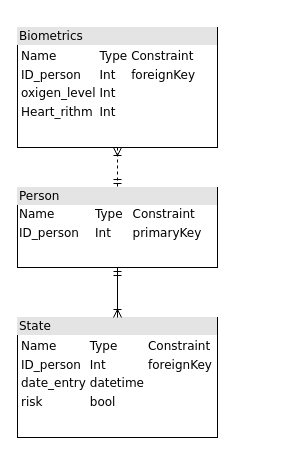
This is Proyecto/BaseDeDatos.drawio from DemiurgeApeiron/A01028325-InternetOfThings, a draw.io file, before an edit. Source tidied: cells renumbered, new cells numbered last; positions are measured from the earlier drawing's top-left corner, leaving out a move shared by most shapes. Both pictures are drawn from the tidied source at 100%, with x=0, y=0 at pixel (17, 27).
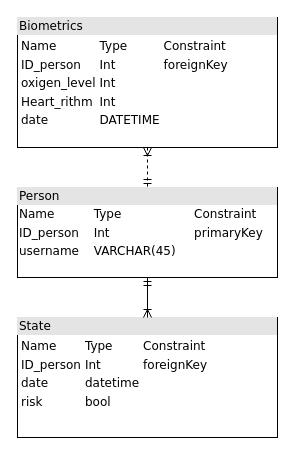
After the change.

The edit, as a diff of the source:
```diff
@@
 <mxGraphModel background="#ffffff">
   <root>
     <mxCell id="0" />
     <mxCell id="1" parent="0" />
     <mxCell id="2" style="edgeStyle=orthogonalEdgeStyle;html=1;entryX=0.5;entryY=0;dashed=1;labelBackgroundColor=none;startArrow=ERoneToMany;endArrow=ERmandOne;fontFamily=Verdana;fontSize=12;align=left;endFill=0;startFill=0;" parent="1" edge="1" source="3" target="6">
       <mxGeometry relative="1" as="geometry" />
     </mxCell>
-    <mxCell id="3" value="&lt;div style=&quot;box-sizing: border-box ; width: 100% ; background: #e4e4e4 ; padding: 2px&quot;&gt;Biometrics&lt;/div&gt;&lt;table style=&quot;width: 100% ; font-size: 1em&quot; cellspacing=&quot;0&quot; cellpadding=&quot;2&quot;&gt;&lt;tbody&gt;&lt;tr&gt;&lt;td&gt;&lt;table cellspacing=&quot;0&quot; cellpadding=&quot;2&quot;&gt;&lt;tbody&gt;&lt;tr&gt;&lt;td&gt;Name&lt;br&gt;&lt;/td&gt;&lt;td&gt;Type&lt;br&gt;&lt;/td&gt;&lt;td&gt;Constraint&lt;br&gt;&lt;/td&gt;&lt;/tr&gt;&lt;tr&gt;&lt;td&gt;ID_person&lt;br&gt;&lt;/td&gt;&lt;td&gt;Int&lt;/td&gt;&lt;td&gt;foreignKey&lt;/td&gt;&lt;/tr&gt;&lt;tr&gt;&lt;td&gt;oxigen_level&lt;br&gt;&lt;/td&gt;&lt;td&gt;Int&lt;br&gt;&lt;/td&gt;&lt;td&gt;&lt;br&gt;&lt;/td&gt;&lt;/tr&gt;&lt;tr&gt;&lt;td&gt;Heart_rithm&lt;/td&gt;&lt;td&gt;Int&lt;br&gt;&lt;/td&gt;&lt;td&gt;&lt;br&gt;&lt;/td&gt;&lt;/tr&gt;&lt;/tbody&gt;&lt;/table&gt;&lt;/td&gt;&lt;td&gt;&lt;br&gt;&lt;/td&gt;&lt;/tr&gt;&lt;tr&gt;&lt;td&gt;&lt;br&gt;&lt;/td&gt;&lt;td&gt;&lt;br&gt;&lt;/td&gt;&lt;/tr&gt;&lt;tr&gt;&lt;td&gt;&lt;br&gt;&lt;/td&gt;&lt;td&gt;&lt;br&gt;&lt;/td&gt;&lt;/tr&gt;&lt;tr&gt;&lt;td&gt;&lt;br&gt;&lt;/td&gt;&lt;td&gt;&lt;br&gt;&lt;/td&gt;&lt;/tr&gt;&lt;tr&gt;&lt;td&gt;&lt;br&gt;&lt;/td&gt;&lt;td&gt;&lt;br&gt;&lt;/td&gt;&lt;/tr&gt;&lt;tr&gt;&lt;td&gt;&lt;br&gt;&lt;/td&gt;&lt;td&gt;&lt;br&gt;&lt;/td&gt;&lt;/tr&gt;&lt;/tbody&gt;&lt;/table&gt;" style="verticalAlign=top;align=left;overflow=fill;html=1;rounded=0;shadow=0;comic=0;labelBackgroundColor=none;strokeWidth=1;fontFamily=Verdana;fontSize=12;" parent="1" vertex="1">
-      <mxGeometry width="200" height="120" as="geometry" />
+    <mxCell id="3" value="&lt;div style=&quot;box-sizing: border-box ; width: 100% ; background: #e4e4e4 ; padding: 2px&quot;&gt;Biometrics&lt;/div&gt;&lt;table style=&quot;width: 100% ; font-size: 1em&quot; cellspacing=&quot;0&quot; cellpadding=&quot;2&quot;&gt;&lt;tbody&gt;&lt;tr&gt;&lt;td&gt;&lt;table cellspacing=&quot;0&quot; cellpadding=&quot;2&quot;&gt;&lt;tbody&gt;&lt;tr&gt;&lt;td&gt;Name&lt;br&gt;&lt;/td&gt;&lt;td&gt;Type&lt;br&gt;&lt;/td&gt;&lt;td&gt;Constraint&lt;br&gt;&lt;/td&gt;&lt;/tr&gt;&lt;tr&gt;&lt;td&gt;ID_person&lt;br&gt;&lt;/td&gt;&lt;td&gt;Int&lt;/td&gt;&lt;td&gt;foreignKey&lt;/td&gt;&lt;/tr&gt;&lt;tr&gt;&lt;td&gt;oxigen_level&lt;br&gt;&lt;/td&gt;&lt;td&gt;Int&lt;br&gt;&lt;/td&gt;&lt;td&gt;&lt;br&gt;&lt;/td&gt;&lt;/tr&gt;&lt;tr&gt;&lt;td&gt;Heart_rithm&lt;/td&gt;&lt;td&gt;Int&lt;br&gt;&lt;/td&gt;&lt;td&gt;&lt;br&gt;&lt;/td&gt;&lt;/tr&gt;&lt;tr&gt;&lt;td&gt;date&lt;br&gt;&lt;/td&gt;&lt;td&gt;DATETIME&lt;br&gt;&lt;/td&gt;&lt;td&gt;&lt;br&gt;&lt;/td&gt;&lt;/tr&gt;&lt;/tbody&gt;&lt;/table&gt;&lt;/td&gt;&lt;td&gt;&lt;br&gt;&lt;/td&gt;&lt;td&gt;&lt;br&gt;&lt;/td&gt;&lt;td&gt;&lt;br&gt;&lt;/td&gt;&lt;/tr&gt;&lt;tr&gt;&lt;td&gt;&lt;br&gt;&lt;/td&gt;&lt;td&gt;&lt;br&gt;&lt;/td&gt;&lt;td&gt;&lt;br&gt;&lt;/td&gt;&lt;td&gt;&lt;br&gt;&lt;/td&gt;&lt;/tr&gt;&lt;tr&gt;&lt;td&gt;&lt;br&gt;&lt;/td&gt;&lt;td&gt;&lt;br&gt;&lt;/td&gt;&lt;td&gt;&lt;br&gt;&lt;/td&gt;&lt;td&gt;&lt;br&gt;&lt;/td&gt;&lt;/tr&gt;&lt;tr&gt;&lt;td&gt;&lt;br&gt;&lt;/td&gt;&lt;td&gt;&lt;br&gt;&lt;/td&gt;&lt;td&gt;&lt;br&gt;&lt;/td&gt;&lt;td&gt;&lt;br&gt;&lt;/td&gt;&lt;/tr&gt;&lt;tr&gt;&lt;td&gt;&lt;br&gt;&lt;/td&gt;&lt;td&gt;&lt;br&gt;&lt;/td&gt;&lt;td&gt;&lt;br&gt;&lt;/td&gt;&lt;td&gt;&lt;br&gt;&lt;/td&gt;&lt;/tr&gt;&lt;tr&gt;&lt;td&gt;&lt;br&gt;&lt;/td&gt;&lt;td&gt;&lt;br&gt;&lt;/td&gt;&lt;td&gt;&lt;br&gt;&lt;/td&gt;&lt;td&gt;&lt;br&gt;&lt;/td&gt;&lt;/tr&gt;&lt;/tbody&gt;&lt;/table&gt;" style="verticalAlign=top;align=left;overflow=fill;html=1;rounded=0;shadow=0;comic=0;labelBackgroundColor=none;strokeWidth=1;fontFamily=Verdana;fontSize=12;" parent="1" vertex="1">
+      <mxGeometry y="-10" width="260" height="130" as="geometry" />
     </mxCell>
-    <mxCell id="4" value="&lt;div style=&quot;box-sizing: border-box ; width: 100% ; background: #e4e4e4 ; padding: 2px&quot;&gt;State&lt;br&gt;&lt;/div&gt;&lt;table style=&quot;width: 100% ; font-size: 1em&quot; cellspacing=&quot;0&quot; cellpadding=&quot;2&quot;&gt;&lt;tbody&gt;&lt;tr&gt;&lt;td&gt;&lt;table cellspacing=&quot;0&quot; cellpadding=&quot;2&quot;&gt;&lt;tbody&gt;&lt;tr&gt;&lt;td&gt;Name&lt;br&gt;&lt;/td&gt;&lt;td&gt;Type&lt;br&gt;&lt;/td&gt;&lt;td&gt;Constraint&lt;br&gt;&lt;/td&gt;&lt;/tr&gt;&lt;tr&gt;&lt;td&gt;ID_person&lt;br&gt;&lt;/td&gt;&lt;td&gt;Int&lt;/td&gt;&lt;td&gt;foreignKey&lt;/td&gt;&lt;/tr&gt;&lt;tr&gt;&lt;td&gt;date_entry&lt;br&gt;&lt;/td&gt;&lt;td&gt;datetime&lt;br&gt;&lt;/td&gt;&lt;td&gt;&lt;br&gt;&lt;/td&gt;&lt;/tr&gt;&lt;tr&gt;&lt;td&gt;risk&lt;br&gt;&lt;/td&gt;&lt;td&gt;bool&lt;/td&gt;&lt;td&gt;&lt;br&gt;&lt;/td&gt;&lt;/tr&gt;&lt;/tbody&gt;&lt;/table&gt;&lt;/td&gt;&lt;td&gt;&lt;br&gt;&lt;/td&gt;&lt;/tr&gt;&lt;tr&gt;&lt;td&gt;&lt;br&gt;&lt;/td&gt;&lt;td&gt;&lt;br&gt;&lt;/td&gt;&lt;/tr&gt;&lt;tr&gt;&lt;td&gt;&lt;br&gt;&lt;/td&gt;&lt;td&gt;&lt;br&gt;&lt;/td&gt;&lt;/tr&gt;&lt;tr&gt;&lt;td&gt;&lt;br&gt;&lt;/td&gt;&lt;td&gt;&lt;br&gt;&lt;/td&gt;&lt;/tr&gt;&lt;/tbody&gt;&lt;/table&gt;" style="verticalAlign=top;align=left;overflow=fill;html=1;rounded=0;shadow=0;comic=0;labelBackgroundColor=none;strokeWidth=1;fontFamily=Verdana;fontSize=12;" parent="1" vertex="1">
-      <mxGeometry y="290" width="200" height="120" as="geometry" />
+    <mxCell id="4" value="&lt;div style=&quot;box-sizing: border-box ; width: 100% ; background: #e4e4e4 ; padding: 2px&quot;&gt;State&lt;br&gt;&lt;/div&gt;&lt;table style=&quot;width: 100% ; font-size: 1em&quot; cellspacing=&quot;0&quot; cellpadding=&quot;2&quot;&gt;&lt;tbody&gt;&lt;tr&gt;&lt;td&gt;&lt;table cellspacing=&quot;0&quot; cellpadding=&quot;2&quot;&gt;&lt;tbody&gt;&lt;tr&gt;&lt;td&gt;Name&lt;br&gt;&lt;/td&gt;&lt;td&gt;Type&lt;br&gt;&lt;/td&gt;&lt;td&gt;Constraint&lt;br&gt;&lt;/td&gt;&lt;/tr&gt;&lt;tr&gt;&lt;td&gt;ID_person&lt;br&gt;&lt;/td&gt;&lt;td&gt;Int&lt;/td&gt;&lt;td&gt;foreignKey&lt;/td&gt;&lt;/tr&gt;&lt;tr&gt;&lt;td&gt;date&lt;br&gt;&lt;/td&gt;&lt;td&gt;datetime&lt;br&gt;&lt;/td&gt;&lt;td&gt;&lt;br&gt;&lt;/td&gt;&lt;/tr&gt;&lt;tr&gt;&lt;td&gt;risk&lt;br&gt;&lt;/td&gt;&lt;td&gt;bool&lt;/td&gt;&lt;td&gt;&lt;br&gt;&lt;/td&gt;&lt;/tr&gt;&lt;/tbody&gt;&lt;/table&gt;&lt;/td&gt;&lt;td&gt;&lt;br&gt;&lt;/td&gt;&lt;/tr&gt;&lt;tr&gt;&lt;td&gt;&lt;br&gt;&lt;/td&gt;&lt;td&gt;&lt;br&gt;&lt;/td&gt;&lt;/tr&gt;&lt;tr&gt;&lt;td&gt;&lt;br&gt;&lt;/td&gt;&lt;td&gt;&lt;br&gt;&lt;/td&gt;&lt;/tr&gt;&lt;tr&gt;&lt;td&gt;&lt;br&gt;&lt;/td&gt;&lt;td&gt;&lt;br&gt;&lt;/td&gt;&lt;/tr&gt;&lt;/tbody&gt;&lt;/table&gt;" style="verticalAlign=top;align=left;overflow=fill;html=1;rounded=0;shadow=0;comic=0;labelBackgroundColor=none;strokeWidth=1;fontFamily=Verdana;fontSize=12;" parent="1" vertex="1">
+      <mxGeometry y="290" width="260" height="120" as="geometry" />
     </mxCell>
     <mxCell id="5" style="edgeStyle=orthogonalEdgeStyle;rounded=0;jettySize=auto;html=1;exitX=0.5;exitY=1;exitDx=0;exitDy=0;entryX=0.5;entryY=0;entryDx=0;entryDy=0;endArrow=ERoneToMany;endFill=0;startArrow=ERmandOne;startFill=0;" parent="1" edge="1" source="6" target="4">
       <mxGeometry relative="1" as="geometry" />
     </mxCell>
-    <mxCell id="6" value="&lt;div style=&quot;box-sizing: border-box ; width: 100% ; background: #e4e4e4 ; padding: 2px&quot;&gt;Person&lt;/div&gt;&lt;table style=&quot;width: 100% ; font-size: 1em&quot; cellspacing=&quot;0&quot; cellpadding=&quot;2&quot;&gt;&lt;tbody&gt;&lt;tr&gt;&lt;td&gt;Name&lt;br&gt;&lt;/td&gt;&lt;td&gt;Type&lt;br&gt;&lt;/td&gt;&lt;td&gt;Constraint&lt;br&gt;&lt;/td&gt;&lt;/tr&gt;&lt;tr&gt;&lt;td&gt;ID_person&lt;br&gt;&lt;/td&gt;&lt;td&gt;Int&lt;/td&gt;&lt;td&gt;primaryKey&lt;/td&gt;&lt;/tr&gt;&lt;tr&gt;&lt;td&gt;&lt;br&gt;&lt;/td&gt;&lt;td&gt;&lt;br&gt;&lt;/td&gt;&lt;td&gt;&lt;br&gt;&lt;/td&gt;&lt;/tr&gt;&lt;tr&gt;&lt;td&gt;&lt;br&gt;&lt;/td&gt;&lt;td&gt;&lt;br&gt;&lt;/td&gt;&lt;td&gt;&lt;br&gt;&lt;/td&gt;&lt;/tr&gt;&lt;tr&gt;&lt;td&gt;&lt;br&gt;&lt;/td&gt;&lt;td&gt;&lt;br&gt;&lt;/td&gt;&lt;td&gt;&lt;br&gt;&lt;/td&gt;&lt;/tr&gt;&lt;tr&gt;&lt;td&gt;&lt;br&gt;&lt;/td&gt;&lt;td&gt;&lt;br&gt;&lt;/td&gt;&lt;td&gt;&lt;br&gt;&lt;/td&gt;&lt;/tr&gt;&lt;tr&gt;&lt;td&gt;&lt;br&gt;&lt;/td&gt;&lt;td&gt;&lt;br&gt;&lt;/td&gt;&lt;td&gt;&lt;br&gt;&lt;/td&gt;&lt;/tr&gt;&lt;tr&gt;&lt;td&gt;&lt;br&gt;&lt;/td&gt;&lt;td&gt;&lt;br&gt;&lt;/td&gt;&lt;td&gt;&lt;br&gt;&lt;/td&gt;&lt;/tr&gt;&lt;tr&gt;&lt;td&gt;&lt;br&gt;&lt;/td&gt;&lt;td&gt;&lt;br&gt;&lt;/td&gt;&lt;td&gt;&lt;br&gt;&lt;/td&gt;&lt;/tr&gt;&lt;tr&gt;&lt;td&gt;&lt;br&gt;&lt;/td&gt;&lt;td&gt;&lt;br&gt;&lt;/td&gt;&lt;td&gt;&lt;br&gt;&lt;/td&gt;&lt;/tr&gt;&lt;tr&gt;&lt;td&gt;&lt;br&gt;&lt;/td&gt;&lt;td&gt;&lt;br&gt;&lt;/td&gt;&lt;td&gt;&lt;br&gt;&lt;/td&gt;&lt;/tr&gt;&lt;tr&gt;&lt;td&gt;&lt;br&gt;&lt;/td&gt;&lt;td&gt;&lt;br&gt;&lt;/td&gt;&lt;td&gt;&lt;br&gt;&lt;/td&gt;&lt;/tr&gt;&lt;tr&gt;&lt;td&gt;&lt;br&gt;&lt;/td&gt;&lt;td&gt;&lt;br&gt;&lt;/td&gt;&lt;td&gt;&lt;br&gt;&lt;/td&gt;&lt;/tr&gt;&lt;tr&gt;&lt;td&gt;&lt;br&gt;&lt;/td&gt;&lt;td&gt;&lt;br&gt;&lt;/td&gt;&lt;td&gt;&lt;br&gt;&lt;/td&gt;&lt;/tr&gt;&lt;tr&gt;&lt;td&gt;&lt;br&gt;&lt;/td&gt;&lt;td&gt;&lt;br&gt;&lt;/td&gt;&lt;td&gt;&lt;br&gt;&lt;/td&gt;&lt;/tr&gt;&lt;tr&gt;&lt;td&gt;&lt;br&gt;&lt;/td&gt;&lt;td&gt;&lt;br&gt;&lt;/td&gt;&lt;td&gt;&lt;br&gt;&lt;/td&gt;&lt;/tr&gt;&lt;tr&gt;&lt;td&gt;&lt;br&gt;&lt;/td&gt;&lt;td&gt;&lt;br&gt;&lt;/td&gt;&lt;td&gt;&lt;br&gt;&lt;/td&gt;&lt;/tr&gt;&lt;tr&gt;&lt;td&gt;&lt;br&gt;&lt;/td&gt;&lt;td&gt;&lt;br&gt;&lt;/td&gt;&lt;td&gt;&lt;br&gt;&lt;/td&gt;&lt;/tr&gt;&lt;/tbody&gt;&lt;/table&gt;" style="verticalAlign=top;align=left;overflow=fill;html=1;rounded=0;shadow=0;comic=0;labelBackgroundColor=none;strokeWidth=1;fontFamily=Verdana;fontSize=12;" parent="1" vertex="1">
-      <mxGeometry y="160" width="200" height="80" as="geometry" />
+    <mxCell id="6" value="&lt;div style=&quot;box-sizing: border-box ; width: 100% ; background: #e4e4e4 ; padding: 2px&quot;&gt;Person&lt;/div&gt;&lt;table style=&quot;width: 100% ; font-size: 1em&quot; cellspacing=&quot;0&quot; cellpadding=&quot;2&quot;&gt;&lt;tbody&gt;&lt;tr&gt;&lt;td&gt;Name&lt;br&gt;&lt;/td&gt;&lt;td&gt;Type&lt;br&gt;&lt;/td&gt;&lt;td&gt;Constraint&lt;br&gt;&lt;/td&gt;&lt;/tr&gt;&lt;tr&gt;&lt;td&gt;ID_person&lt;br&gt;&lt;/td&gt;&lt;td&gt;Int&lt;/td&gt;&lt;td&gt;primaryKey&lt;/td&gt;&lt;/tr&gt;&lt;tr&gt;&lt;td&gt;username&lt;br&gt;&lt;/td&gt;&lt;td&gt;VARCHAR(45)&lt;br&gt;&lt;/td&gt;&lt;td&gt;&lt;br&gt;&lt;/td&gt;&lt;/tr&gt;&lt;tr&gt;&lt;td&gt;&lt;br&gt;&lt;/td&gt;&lt;td&gt;&lt;br&gt;&lt;/td&gt;&lt;td&gt;&lt;br&gt;&lt;/td&gt;&lt;/tr&gt;&lt;tr&gt;&lt;td&gt;&lt;br&gt;&lt;/td&gt;&lt;td&gt;&lt;br&gt;&lt;/td&gt;&lt;td&gt;&lt;br&gt;&lt;/td&gt;&lt;/tr&gt;&lt;tr&gt;&lt;td&gt;&lt;br&gt;&lt;/td&gt;&lt;td&gt;&lt;br&gt;&lt;/td&gt;&lt;td&gt;&lt;br&gt;&lt;/td&gt;&lt;/tr&gt;&lt;tr&gt;&lt;td&gt;&lt;br&gt;&lt;/td&gt;&lt;td&gt;&lt;br&gt;&lt;/td&gt;&lt;td&gt;&lt;br&gt;&lt;/td&gt;&lt;/tr&gt;&lt;tr&gt;&lt;td&gt;&lt;br&gt;&lt;/td&gt;&lt;td&gt;&lt;br&gt;&lt;/td&gt;&lt;td&gt;&lt;br&gt;&lt;/td&gt;&lt;/tr&gt;&lt;tr&gt;&lt;td&gt;&lt;br&gt;&lt;/td&gt;&lt;td&gt;&lt;br&gt;&lt;/td&gt;&lt;td&gt;&lt;br&gt;&lt;/td&gt;&lt;/tr&gt;&lt;tr&gt;&lt;td&gt;&lt;br&gt;&lt;/td&gt;&lt;td&gt;&lt;br&gt;&lt;/td&gt;&lt;td&gt;&lt;br&gt;&lt;/td&gt;&lt;/tr&gt;&lt;tr&gt;&lt;td&gt;&lt;br&gt;&lt;/td&gt;&lt;td&gt;&lt;br&gt;&lt;/td&gt;&lt;td&gt;&lt;br&gt;&lt;/td&gt;&lt;/tr&gt;&lt;tr&gt;&lt;td&gt;&lt;br&gt;&lt;/td&gt;&lt;td&gt;&lt;br&gt;&lt;/td&gt;&lt;td&gt;&lt;br&gt;&lt;/td&gt;&lt;/tr&gt;&lt;tr&gt;&lt;td&gt;&lt;br&gt;&lt;/td&gt;&lt;td&gt;&lt;br&gt;&lt;/td&gt;&lt;td&gt;&lt;br&gt;&lt;/td&gt;&lt;/tr&gt;&lt;tr&gt;&lt;td&gt;&lt;br&gt;&lt;/td&gt;&lt;td&gt;&lt;br&gt;&lt;/td&gt;&lt;td&gt;&lt;br&gt;&lt;/td&gt;&lt;/tr&gt;&lt;tr&gt;&lt;td&gt;&lt;br&gt;&lt;/td&gt;&lt;td&gt;&lt;br&gt;&lt;/td&gt;&lt;td&gt;&lt;br&gt;&lt;/td&gt;&lt;/tr&gt;&lt;tr&gt;&lt;td&gt;&lt;br&gt;&lt;/td&gt;&lt;td&gt;&lt;br&gt;&lt;/td&gt;&lt;td&gt;&lt;br&gt;&lt;/td&gt;&lt;/tr&gt;&lt;tr&gt;&lt;td&gt;&lt;br&gt;&lt;/td&gt;&lt;td&gt;&lt;br&gt;&lt;/td&gt;&lt;td&gt;&lt;br&gt;&lt;/td&gt;&lt;/tr&gt;&lt;tr&gt;&lt;td&gt;&lt;br&gt;&lt;/td&gt;&lt;td&gt;&lt;br&gt;&lt;/td&gt;&lt;td&gt;&lt;br&gt;&lt;/td&gt;&lt;/tr&gt;&lt;tr&gt;&lt;td&gt;&lt;br&gt;&lt;/td&gt;&lt;td&gt;&lt;br&gt;&lt;/td&gt;&lt;td&gt;&lt;br&gt;&lt;/td&gt;&lt;/tr&gt;&lt;/tbody&gt;&lt;/table&gt;" style="verticalAlign=top;align=left;overflow=fill;html=1;rounded=0;shadow=0;comic=0;labelBackgroundColor=none;strokeWidth=1;fontFamily=Verdana;fontSize=12;" parent="1" vertex="1">
+      <mxGeometry y="160" width="260" height="90" as="geometry" />
     </mxCell>
   </root>
 </mxGraphModel>
```
